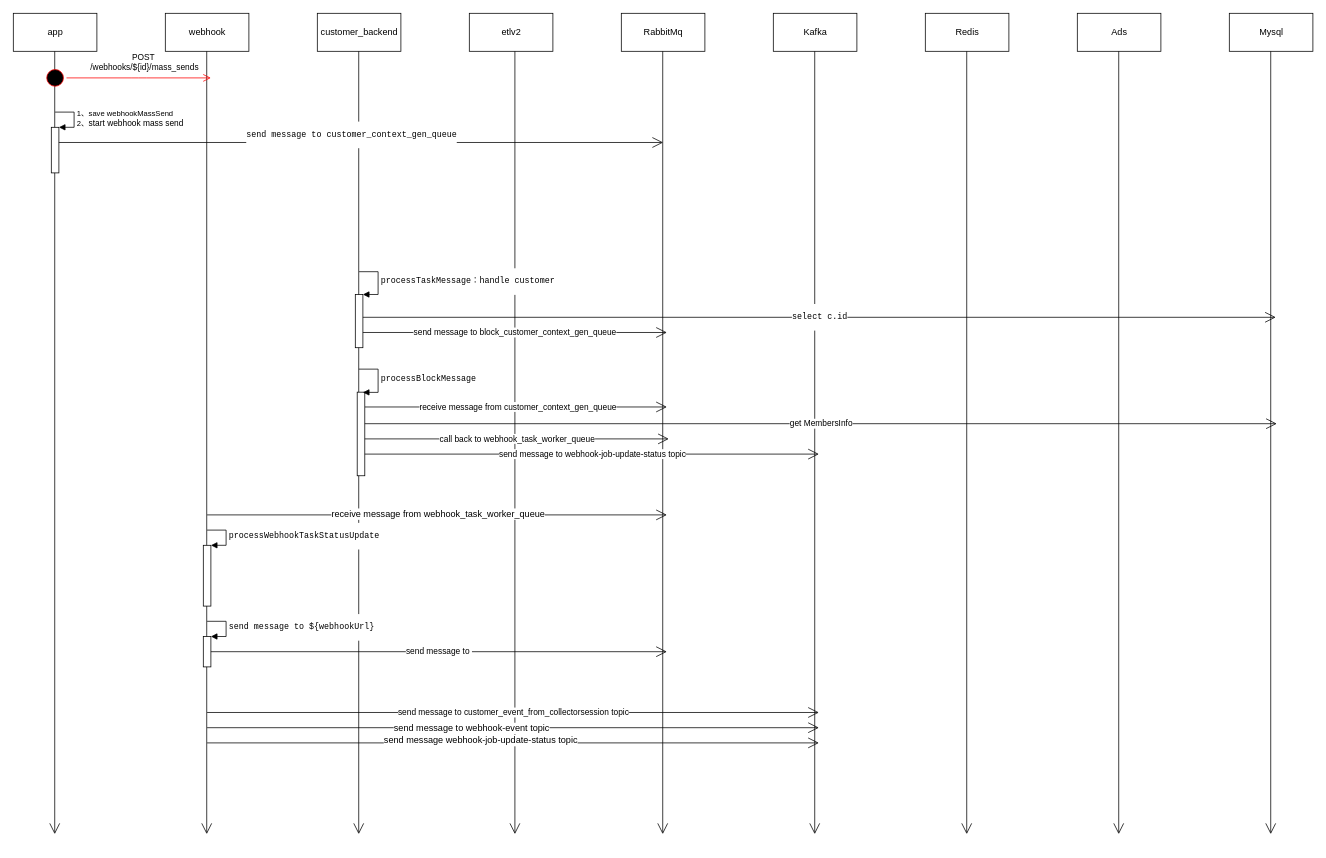
Before: Untitled Diagram.drawio in zqy16/Test, a draw.io diagram. Source tidied: cells renumbered, new cells numbered last; positions are measured from the earlier drawing's top-left corner, leaving out a move shared by most shapes. Both pictures are drawn from the tidied source at 76%, with x=0, y=0 at pixel (13, 13).
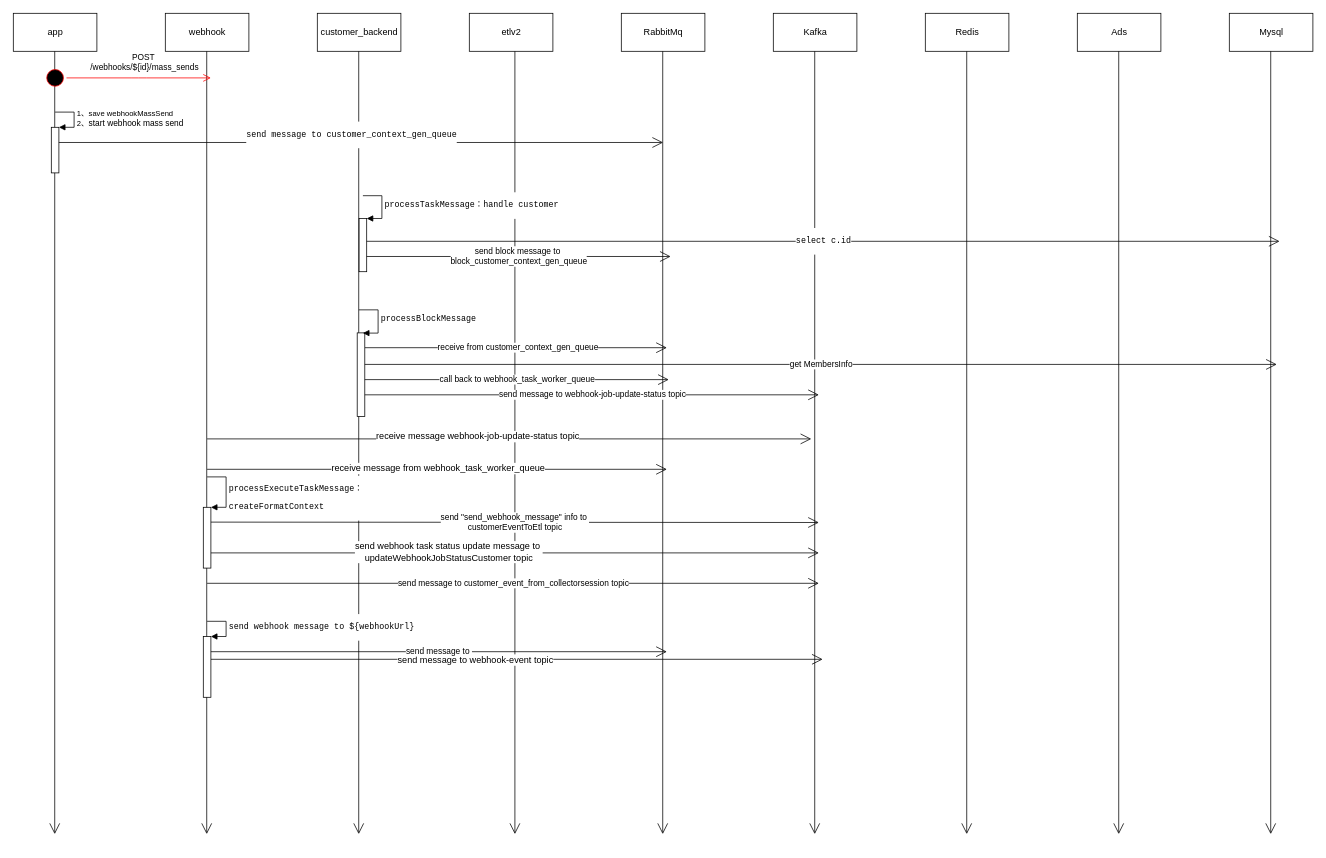
The same page after the edit.

Change to the diagram source:
```diff
@@
-    <mxCell id="25" value="receive message from&amp;nbsp;&lt;span&gt;customer_context_gen_queue&lt;/span&gt;" style="endArrow=open;endFill=1;endSize=12;html=1;" parent="1" edge="1">
+    <mxCell id="25" value="receive from&amp;nbsp;&lt;span&gt;customer_context_gen_queue&lt;/span&gt;" style="endArrow=open;endFill=1;endSize=12;html=1;" parent="1" edge="1">
       <mxGeometry x="0.01" relative="1" as="geometry">
-        <mxPoint x="462.5" y="518" as="sourcePoint" />
-        <mxPoint x="860" y="518" as="targetPoint" />
+        <mxPoint x="462.5" y="440" as="sourcePoint" />
+        <mxPoint x="860" y="440" as="targetPoint" />
       </mxGeometry>
     </mxCell>
     <mxCell id="26" style="html=1;points=[];perimeter=orthogonalPerimeter;" parent="1" vertex="1">
-      <mxGeometry x="450" y="370" width="10" height="70" as="geometry" />
+      <mxGeometry x="455" y="270" width="10" height="70" as="geometry" />
     </mxCell>
     <mxCell id="27" value="&lt;pre&gt;&lt;span&gt;processTaskMessage：&lt;/span&gt;handle customer&lt;/pre&gt;" style="edgeStyle=orthogonalEdgeStyle;html=1;align=left;spacingLeft=2;endArrow=block;rounded=0;entryX=1;entryY=0;" parent="1" edge="1" target="26">
       <mxGeometry relative="1" as="geometry">
-        <mxPoint x="455" y="340" as="sourcePoint" />
+        <mxPoint x="460" y="240" as="sourcePoint" />
         <Array as="points">
-          <mxPoint x="480" y="340" />
+          <mxPoint x="485" y="240" />
         </Array>
       </mxGeometry>
     </mxCell>
-    <mxCell id="28" value="send message to&amp;nbsp;&lt;span&gt;block_customer_context_gen_queue&lt;/span&gt;" style="endArrow=open;endFill=1;endSize=12;html=1;" parent="1" edge="1">
+    <mxCell id="28" value="send block message to&amp;nbsp;&lt;br&gt;&lt;span&gt;block_customer_context_gen_queue&lt;/span&gt;" style="endArrow=open;endFill=1;endSize=12;html=1;" parent="1" edge="1">
       <mxGeometry relative="1" as="geometry">
-        <mxPoint x="460" y="420" as="sourcePoint" />
-        <mxPoint x="860" y="420" as="targetPoint" />
+        <mxPoint x="465" y="320" as="sourcePoint" />
+        <mxPoint x="865" y="320" as="targetPoint" />
       </mxGeometry>
     </mxCell>
     <mxCell id="29" value="&lt;pre&gt;&lt;span&gt;select c.id&lt;/span&gt;&lt;/pre&gt;" style="endArrow=open;endFill=1;endSize=12;html=1;" parent="1" edge="1">
       <mxGeometry relative="1" as="geometry">
-        <mxPoint x="460" y="400" as="sourcePoint" />
-        <mxPoint x="1661.2" y="400" as="targetPoint" />
+        <mxPoint x="465" y="300" as="sourcePoint" />
+        <mxPoint x="1666.2" y="300" as="targetPoint" />
       </mxGeometry>
     </mxCell>
     <mxCell id="30" style="html=1;perimeter=orthogonalPerimeter;" parent="1" vertex="1">
-      <mxGeometry x="452.5" y="498.5" width="10" height="110" as="geometry" />
+      <mxGeometry x="452.5" y="420.5" width="10" height="110" as="geometry" />
     </mxCell>
     <mxCell id="31" value="get&amp;nbsp;&lt;span&gt;MembersInfo&lt;/span&gt;" style="endArrow=open;endFill=1;endSize=12;html=1;" parent="1" edge="1">
       <mxGeometry relative="1" as="geometry">
-        <mxPoint x="462.5" y="540" as="sourcePoint" />
-        <mxPoint x="1662.5" y="540" as="targetPoint" />
+        <mxPoint x="462.5" y="462" as="sourcePoint" />
+        <mxPoint x="1662.5" y="462" as="targetPoint" />
       </mxGeometry>
     </mxCell>
     <mxCell id="32" value="call back to&amp;nbsp;&lt;span&gt;webhook_task_worker_queue&lt;/span&gt;&lt;br&gt;" style="endArrow=open;endFill=1;endSize=12;html=1;" parent="1" edge="1">
       <mxGeometry relative="1" as="geometry">
-        <mxPoint x="462.5" y="560" as="sourcePoint" />
-        <mxPoint x="862.5" y="560" as="targetPoint" />
+        <mxPoint x="462.5" y="482" as="sourcePoint" />
+        <mxPoint x="862.5" y="482" as="targetPoint" />
       </mxGeometry>
     </mxCell>
     <mxCell id="33" value="send message to&amp;nbsp;&lt;span&gt;webhook-job-update-status topic&lt;/span&gt;" style="endArrow=open;endFill=1;endSize=12;html=1;" parent="1" edge="1">
       <mxGeometry relative="1" as="geometry">
-        <mxPoint x="462.5" y="580" as="sourcePoint" />
-        <mxPoint x="1060" y="580" as="targetPoint" />
+        <mxPoint x="462.5" y="502" as="sourcePoint" />
+        <mxPoint x="1060" y="502" as="targetPoint" />
       </mxGeometry>
     </mxCell>
     <mxCell id="34" value="&lt;pre&gt;&lt;pre&gt;processBlockMessage&lt;/pre&gt;&lt;/pre&gt;" style="edgeStyle=orthogonalEdgeStyle;html=1;align=left;spacingLeft=2;endArrow=block;rounded=0;entryX=1;entryY=0;" parent="1" edge="1">
       <mxGeometry relative="1" as="geometry">
-        <mxPoint x="454.7" y="468.2" as="sourcePoint" />
-        <mxPoint x="460" y="498.8" as="targetPoint" />
+        <mxPoint x="454.7" y="390.2" as="sourcePoint" />
+        <mxPoint x="460" y="420.8" as="targetPoint" />
         <Array as="points">
-          <mxPoint x="480" y="468.5" />
+          <mxPoint x="480" y="390.5" />
         </Array>
       </mxGeometry>
     </mxCell>
     <mxCell id="35" style="endArrow=open;endFill=1;endSize=12;html=1;" parent="1" edge="1">
       <mxGeometry relative="1" as="geometry">
-        <mxPoint x="255" y="660" as="sourcePoint" />
-        <mxPoint x="860" y="660" as="targetPoint" />
+        <mxPoint x="255" y="600" as="sourcePoint" />
+        <mxPoint x="860" y="600" as="targetPoint" />
       </mxGeometry>
     </mxCell>
@@
-    <mxCell id="37" style="html=1;points=[];perimeter=orthogonalPerimeter;" parent="1" vertex="1">
-      <mxGeometry x="250" y="700" width="10" height="80" as="geometry" />
-    </mxCell>
-    <mxCell id="38" value="&lt;pre&gt;processWebhookTaskStatusUpdate&lt;/pre&gt;" style="edgeStyle=orthogonalEdgeStyle;html=1;align=left;spacingLeft=2;endArrow=block;rounded=0;entryX=1;entryY=0;" parent="1" edge="1" target="37">
-      <mxGeometry relative="1" as="geometry">
-        <mxPoint x="255" y="680" as="sourcePoint" />
-        <Array as="points">
-          <mxPoint x="280" y="680" />
-        </Array>
-      </mxGeometry>
-    </mxCell>
     <mxCell id="39" value="send message to&amp;nbsp;&lt;span&gt;customer_event_from_collectorsession topic&lt;/span&gt;&lt;br&gt;" style="endArrow=open;endFill=1;endSize=12;html=1;" parent="1" edge="1">
       <mxGeometry relative="1" as="geometry">
-        <mxPoint x="255" y="920" as="sourcePoint" />
-        <mxPoint x="1060" y="920" as="targetPoint" />
+        <mxPoint x="255" y="750" as="sourcePoint" />
+        <mxPoint x="1060" y="750" as="targetPoint" />
       </mxGeometry>
     </mxCell>
     <mxCell id="40" style="endArrow=open;endFill=1;endSize=12;html=1;" parent="1" edge="1">
       <mxGeometry relative="1" as="geometry">
-        <mxPoint x="255" y="940" as="sourcePoint" />
-        <mxPoint x="1060" y="940" as="targetPoint" />
+        <mxPoint x="260" y="850" as="sourcePoint" />
+        <mxPoint x="1065" y="850" as="targetPoint" />
       </mxGeometry>
     </mxCell>
-    <mxCell id="41" value="send message to&amp;nbsp;&lt;span&gt;webhook-event topic&lt;/span&gt;&lt;br&gt;" style="text;html=1;align=center;verticalAlign=middle;labelBackgroundColor=#ffffff;" parent="40" vertex="1">
+    <mxCell id="41" value="send message to&amp;nbsp;&lt;span&gt;webhook-event topic&lt;/span&gt;&lt;br&gt;" style="text;html=1;align=center;verticalAlign=middle;labelBackgroundColor=#ffffff;direction=south;" parent="40" vertex="1">
       <mxGeometry x="-0.14" relative="1" as="geometry">
         <mxPoint x="1" as="offset" />
       </mxGeometry>
     </mxCell>
     <mxCell id="42" style="endArrow=open;endFill=1;endSize=12;html=1;" parent="1" edge="1">
       <mxGeometry relative="1" as="geometry">
-        <mxPoint x="255" y="960" as="sourcePoint" />
-        <mxPoint x="1060" y="960" as="targetPoint" />
+        <mxPoint x="255" y="560" as="sourcePoint" />
+        <mxPoint x="1050" y="560" as="targetPoint" />
       </mxGeometry>
     </mxCell>
-    <mxCell id="43" value="&lt;span&gt;send message webhook-job-update-status topic&lt;/span&gt;" style="text;html=1;align=center;verticalAlign=middle;labelBackgroundColor=#ffffff;" parent="42" vertex="1">
+    <mxCell id="43" value="&lt;span&gt;receive message webhook-job-update-status topic&lt;/span&gt;" style="text;html=1;align=center;verticalAlign=middle;labelBackgroundColor=#ffffff;" parent="42" vertex="1">
       <mxGeometry x="-0.11" y="4" relative="1" as="geometry">
         <mxPoint x="1" as="offset" />
       </mxGeometry>
     </mxCell>
     <mxCell id="44" style="html=1;points=[];perimeter=orthogonalPerimeter;" parent="1" vertex="1">
-      <mxGeometry x="250" y="820" width="10" height="40" as="geometry" />
+      <mxGeometry x="250" y="820" width="10" height="80" as="geometry" />
     </mxCell>
-    <mxCell id="45" value="&lt;pre&gt;&lt;span&gt;send message to &lt;/span&gt;${webhookUrl}&lt;/pre&gt;" style="edgeStyle=orthogonalEdgeStyle;html=1;align=left;spacingLeft=2;endArrow=block;rounded=0;entryX=1;entryY=0;" parent="1" edge="1" target="44">
+    <mxCell id="45" value="&lt;pre&gt;&lt;span&gt;send webhook message to &lt;/span&gt;${webhookUrl}&lt;/pre&gt;" style="edgeStyle=orthogonalEdgeStyle;html=1;align=left;spacingLeft=2;endArrow=block;rounded=0;entryX=1;entryY=0;" parent="1" edge="1" target="44">
       <mxGeometry relative="1" as="geometry">
         <mxPoint x="255" y="800" as="sourcePoint" />
         <Array as="points">
           <mxPoint x="280" y="800" />
         </Array>
       </mxGeometry>
     </mxCell>
@@
+    <mxCell id="47" style="html=1;points=[];perimeter=orthogonalPerimeter;" parent="1" vertex="1">
+      <mxGeometry x="250" y="650" width="10" height="80" as="geometry" />
+    </mxCell>
+    <mxCell id="48" value="&lt;pre&gt;processExecuteTaskMessage：&lt;/pre&gt;&lt;pre&gt;createFormatContext&lt;/pre&gt;" style="edgeStyle=orthogonalEdgeStyle;html=1;align=left;spacingLeft=2;endArrow=block;rounded=0;entryX=1;entryY=0;" parent="1" edge="1" target="47">
+      <mxGeometry x="0.24" relative="1" as="geometry">
+        <mxPoint x="255" y="610" as="sourcePoint" />
+        <Array as="points">
+          <mxPoint x="255" y="610" />
+          <mxPoint x="280" y="610" />
+          <mxPoint x="280" y="650" />
+        </Array>
+      </mxGeometry>
+    </mxCell>
+    <mxCell id="49" value="send &quot;&lt;span&gt;send_webhook_message&lt;/span&gt;&quot; info to&amp;nbsp;&lt;br&gt;customerEventToEtl topic&lt;br&gt;" style="endArrow=open;endFill=1;endSize=12;html=1;" parent="1" edge="1">
+      <mxGeometry relative="1" as="geometry">
+        <mxPoint x="260" y="669.5" as="sourcePoint" />
+        <mxPoint x="1060" y="670" as="targetPoint" />
+      </mxGeometry>
+    </mxCell>
+    <mxCell id="50" style="endArrow=open;endFill=1;endSize=12;html=1;" parent="1" edge="1">
+      <mxGeometry relative="1" as="geometry">
+        <mxPoint x="260" y="710" as="sourcePoint" />
+        <mxPoint x="1060" y="710" as="targetPoint" />
+      </mxGeometry>
+    </mxCell>
+    <mxCell id="51" value="send&amp;nbsp;&lt;span&gt;webhook task status update message to&amp;nbsp;&lt;br&gt;&lt;/span&gt;updateWebhookJobStatusCustomer topic&lt;span&gt;&lt;br&gt;&lt;/span&gt;" style="text;html=1;align=center;verticalAlign=middle;labelBackgroundColor=#ffffff;" parent="50" vertex="1">
+      <mxGeometry x="-0.22" y="2" relative="1" as="geometry" />
+    </mxCell>
```
